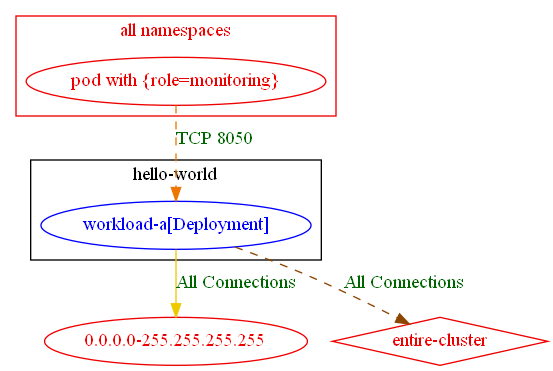
Earlier version of the Graphviz export test_outputs/connlist/exposure_test_conn_with_pod_selector_in_any_ns_exposure_output.dot.png (np-guard/netpol-analyzer). Its source is kept beside it as test_outputs/connlist/exposure_test_conn_with_pod_selector_in_any_ns_exposure_output.dot.
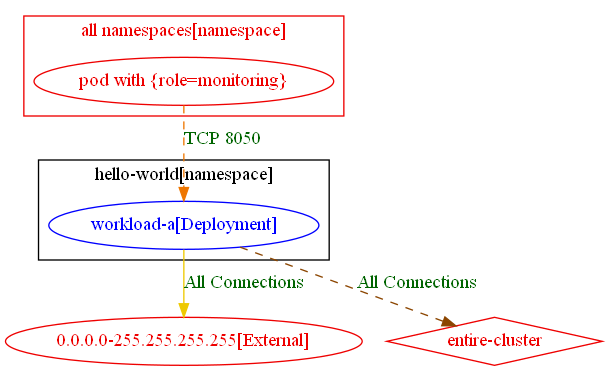
The same diagram one commit later.

Change to the diagram source:
```diff
@@ -1,19 +1,19 @@
 digraph {
-	subgraph "cluster_hello_world" {
+	subgraph "cluster_hello_world[namespace]" {
 		color="black"
 		fontcolor="black"
 		"hello-world/workload-a[Deployment]" [label="workload-a[Deployment]" color="blue" fontcolor="blue"]
-		label="hello-world"
+		label="hello-world[namespace]"
 	}
-	subgraph "cluster_all namespaces" {
+	subgraph "cluster_all namespaces[namespace]" {
 		color="red2"
 		fontcolor="red2"
 		"pod with {role=monitoring}_in_all namespaces" [label="pod with {role=monitoring}" color="red2" fontcolor="red2"]
-		label="all namespaces"
+		label="all namespaces[namespace]"
 	}
-	"0.0.0.0-255.255.255.255" [label="0.0.0.0-255.255.255.255" color="red2" fontcolor="red2"]
+	"0.0.0.0-255.255.255.255[External]" [label="0.0.0.0-255.255.255.255[External]" color="red2" fontcolor="red2"]
 	"entire-cluster" [label="entire-cluster" color="red2" fontcolor="red2" shape=diamond]
-	"hello-world/workload-a[Deployment]" -> "0.0.0.0-255.255.255.255" [label="All Connections" color="gold2" fontcolor="darkgreen" weight=1]
+	"hello-world/workload-a[Deployment]" -> "0.0.0.0-255.255.255.255[External]" [label="All Connections" color="gold2" fontcolor="darkgreen" weight=1]
 	"hello-world/workload-a[Deployment]" -> "entire-cluster" [label="All Connections" color="darkorange4" fontcolor="darkgreen" weight=0.5 style=dashed]
 	"pod with {role=monitoring}_in_all namespaces" -> "hello-world/workload-a[Deployment]" [label="TCP 8050" color="darkorange2" fontcolor="darkgreen" weight=1 style=dashed]
 }
```
